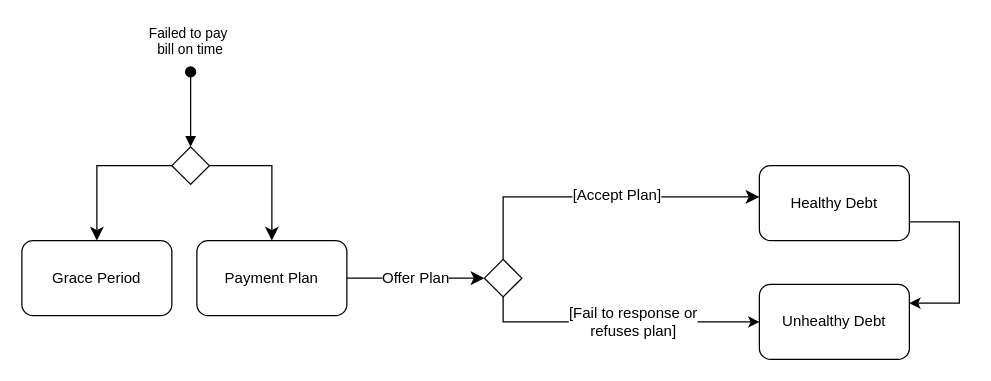
The draw.io diagram page "Page-2" (2 of 2) of workshop6_week7.drawio in antonykimuom/SWEN30006-2025-SM1-workshop1-tuew05-14-00-team-12, before the edit. Source tidied: cells renumbered, new cells numbered last; positions are measured from the earlier drawing's top-left corner, leaving out a move shared by most shapes. Both pictures are drawn from the tidied source at 125%, with x=0, y=0 at pixel (21, 21).
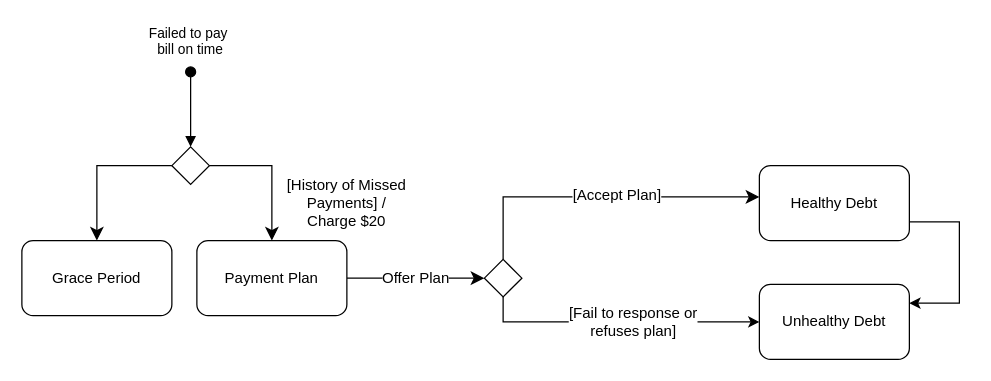
After the change.

The edit, as a diff of the source:
```diff
@@
+    <mxCell id="18" value="[History of Missed Payments] / Charge $20" style="text;html=1;align=center;verticalAlign=middle;whiteSpace=wrap;rounded=0;" parent="1" vertex="1">
+      <mxGeometry x="210" y="130" width="100" height="30" as="geometry" />
+    </mxCell>
```
